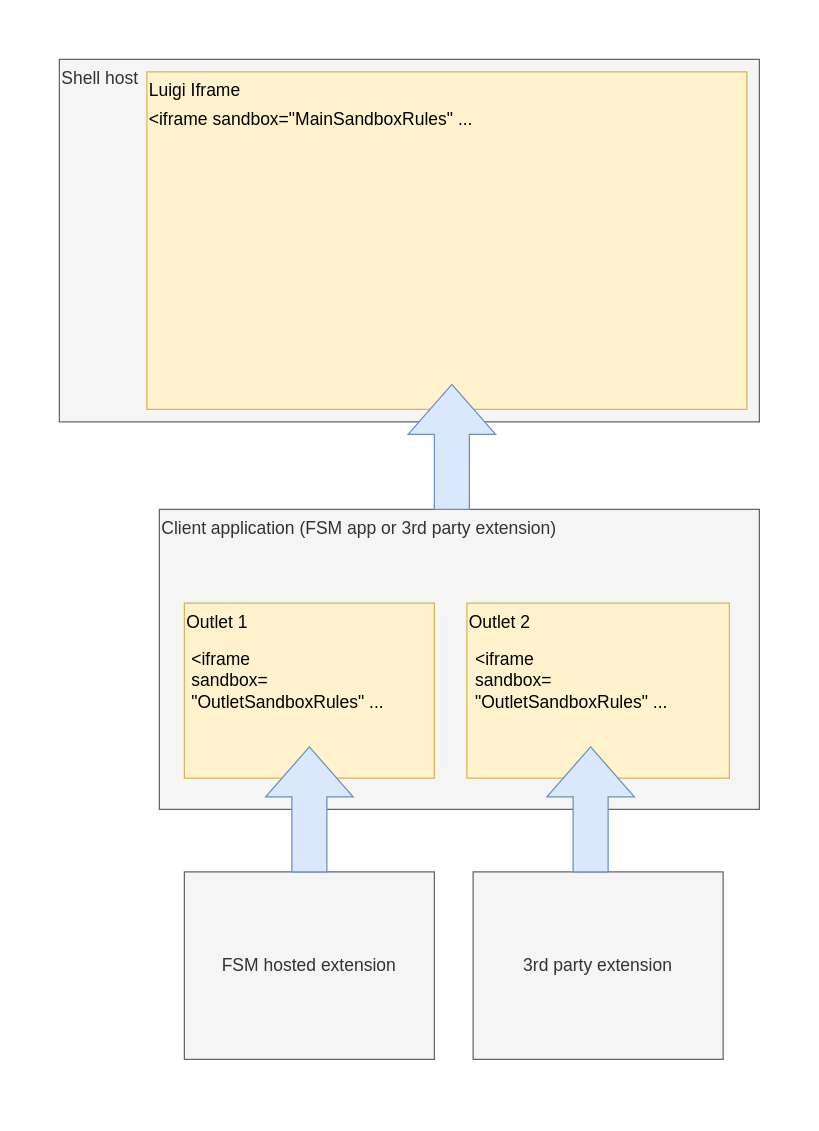
Earlier version of the draw.io diagram sandbox-rules.drawio (a-savka-sap/docs). Source tidied: cells renumbered, new cells numbered last; positions are measured from the earlier drawing's top-left corner, leaving out a move shared by most shapes. Both pictures are drawn from the tidied source at 125%, with x=0, y=0 at pixel (59, 59).
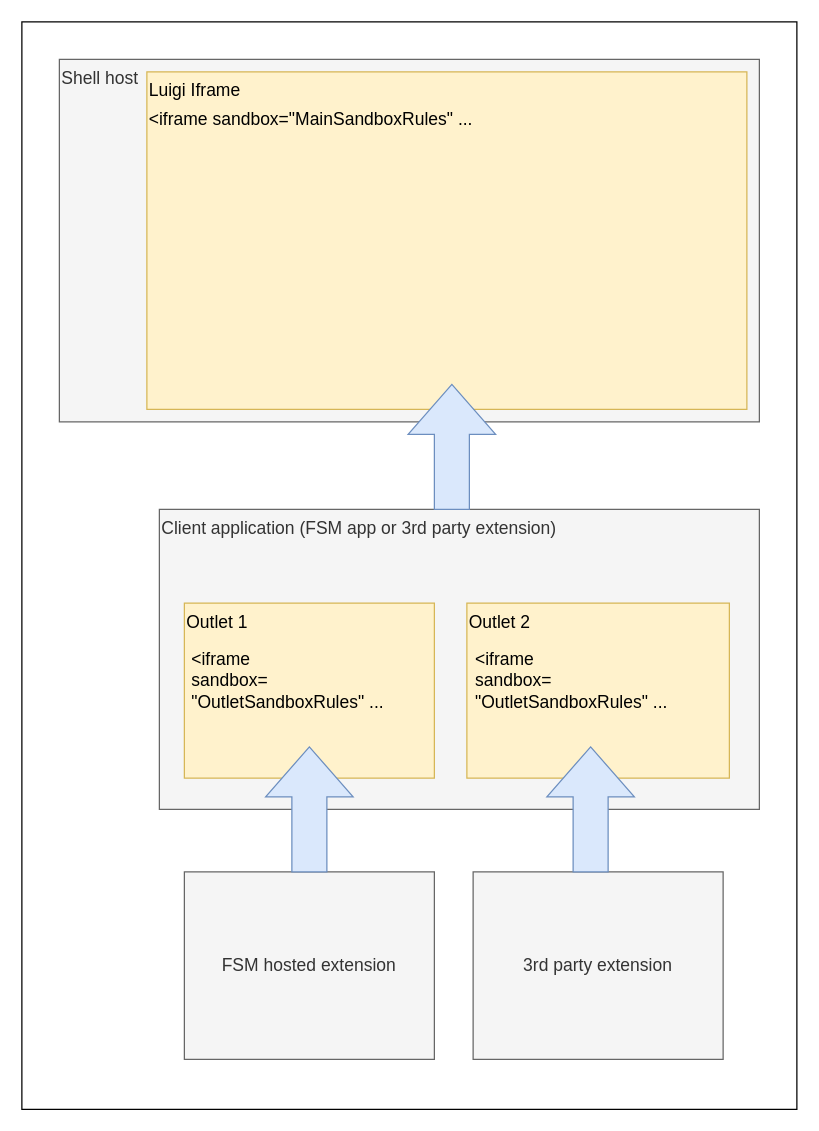
The same diagram, later.

Diff of the diagram source:
```diff
@@
 <mxGraphModel>
   <root>
     <mxCell id="0" />
     <mxCell id="1" parent="0" />
+    <mxCell id="15" style="rounded=0;whiteSpace=wrap;html=1;fontSize=14;" parent="1" vertex="1">
+      <mxGeometry x="-30" y="-30" width="620" height="870" as="geometry" />
+    </mxCell>
     <mxCell id="2" value="&lt;div style=&quot;font-size: 14px;&quot;&gt;Shell host&lt;br style=&quot;font-size: 14px;&quot;&gt;&lt;/div&gt;" style="rounded=0;whiteSpace=wrap;html=1;align=left;verticalAlign=top;fillColor=#f5f5f5;strokeColor=#666666;fontColor=#333333;fontSize=14;" parent="1" vertex="1">
       <mxGeometry width="560" height="290" as="geometry" />
     </mxCell>
     <mxCell id="3" value="Luigi Iframe" style="rounded=0;whiteSpace=wrap;html=1;align=left;verticalAlign=top;fillColor=#fff2cc;strokeColor=#d6b656;fontSize=14;" parent="1" vertex="1">
       <mxGeometry x="70" y="10" width="480" height="270" as="geometry" />
     </mxCell>
     <mxCell id="4" value="Client application (FSM app or 3rd party extension)" style="rounded=0;whiteSpace=wrap;html=1;fillColor=#f5f5f5;fontColor=#333333;strokeColor=#666666;align=left;verticalAlign=top;fontSize=14;" parent="1" vertex="1">
       <mxGeometry x="80" y="360" width="480" height="240" as="geometry" />
     </mxCell>
     <mxCell id="5" value="Outlet 1" style="rounded=0;whiteSpace=wrap;html=1;verticalAlign=top;align=left;fillColor=#fff2cc;strokeColor=#d6b656;fontSize=14;" parent="1" vertex="1">
       <mxGeometry x="100" y="435" width="200" height="140" as="geometry" />
     </mxCell>
     <mxCell id="6" value="Outlet 2" style="rounded=0;whiteSpace=wrap;html=1;verticalAlign=top;align=left;fillColor=#fff2cc;strokeColor=#d6b656;fontSize=14;" parent="1" vertex="1">
       <mxGeometry x="326" y="435" width="210" height="140" as="geometry" />
     </mxCell>
     <mxCell id="7" style="html=1;shadow=0;dashed=0;align=center;verticalAlign=middle;shape=mxgraph.arrows2.arrow;dy=0.6;dx=40;direction=north;notch=0;fillColor=#dae8fc;strokeColor=#6c8ebf;" parent="1" vertex="1">
       <mxGeometry x="279" y="260" width="70" height="100" as="geometry" />
     </mxCell>
     <mxCell id="8" value="FSM hosted extension" style="rounded=0;whiteSpace=wrap;html=1;fillColor=#f5f5f5;fontColor=#333333;strokeColor=#666666;fontSize=14;" parent="1" vertex="1">
       <mxGeometry x="100" y="650" width="200" height="150" as="geometry" />
     </mxCell>
     <mxCell id="9" value="3rd party extension" style="rounded=0;whiteSpace=wrap;html=1;fillColor=#f5f5f5;fontColor=#333333;strokeColor=#666666;fontSize=14;" parent="1" vertex="1">
       <mxGeometry x="331" y="650" width="200" height="150" as="geometry" />
     </mxCell>
     <mxCell id="10" style="html=1;shadow=0;dashed=0;align=center;verticalAlign=middle;shape=mxgraph.arrows2.arrow;dy=0.6;dx=40;direction=north;notch=0;fillColor=#dae8fc;strokeColor=#6c8ebf;" parent="1" vertex="1">
       <mxGeometry x="165" y="550" width="70" height="100" as="geometry" />
     </mxCell>
     <mxCell id="11" style="html=1;shadow=0;dashed=0;align=center;verticalAlign=middle;shape=mxgraph.arrows2.arrow;dy=0.6;dx=40;direction=north;notch=0;fillColor=#dae8fc;strokeColor=#6c8ebf;" parent="1" vertex="1">
       <mxGeometry x="390" y="550" width="70" height="100" as="geometry" />
     </mxCell>
     <mxCell id="12" value="&lt;div style=&quot;font-size: 14px;&quot;&gt;&amp;lt;iframe sandbox=&quot;MainSandboxRules&quot; ...&lt;br style=&quot;font-size: 14px;&quot;&gt;&lt;/div&gt;" style="text;html=1;align=left;verticalAlign=middle;fillColor=none;strokeColor=none;rounded=0;fontSize=14;" parent="1" vertex="1">
       <mxGeometry x="70" y="38" width="270" height="20" as="geometry" />
     </mxCell>
     <mxCell id="13" value="&lt;div style=&quot;font-size: 14px&quot;&gt;&amp;lt;iframe &lt;br&gt;&lt;/div&gt;&lt;div style=&quot;font-size: 14px&quot;&gt;sandbox=&lt;/div&gt;&lt;div style=&quot;font-size: 14px&quot;&gt;&quot;OutletSandboxRules&quot; ...&lt;br style=&quot;font-size: 14px&quot;&gt;&lt;/div&gt;" style="text;html=1;align=left;verticalAlign=top;fillColor=none;strokeColor=none;rounded=0;fontSize=14;" parent="1" vertex="1">
       <mxGeometry x="104" y="465" width="170" height="60" as="geometry" />
     </mxCell>
     <mxCell id="14" value="&lt;div style=&quot;font-size: 14px&quot;&gt;&amp;lt;iframe &lt;br&gt;&lt;/div&gt;&lt;div style=&quot;font-size: 14px&quot;&gt;sandbox=&lt;/div&gt;&lt;div style=&quot;font-size: 14px&quot;&gt;&quot;OutletSandboxRules&quot; ...&lt;br style=&quot;font-size: 14px&quot;&gt;&lt;/div&gt;" style="text;html=1;align=left;verticalAlign=top;fillColor=none;strokeColor=none;rounded=0;fontSize=14;" parent="1" vertex="1">
       <mxGeometry x="331" y="465" width="170" height="60" as="geometry" />
     </mxCell>
   </root>
 </mxGraphModel>
```
